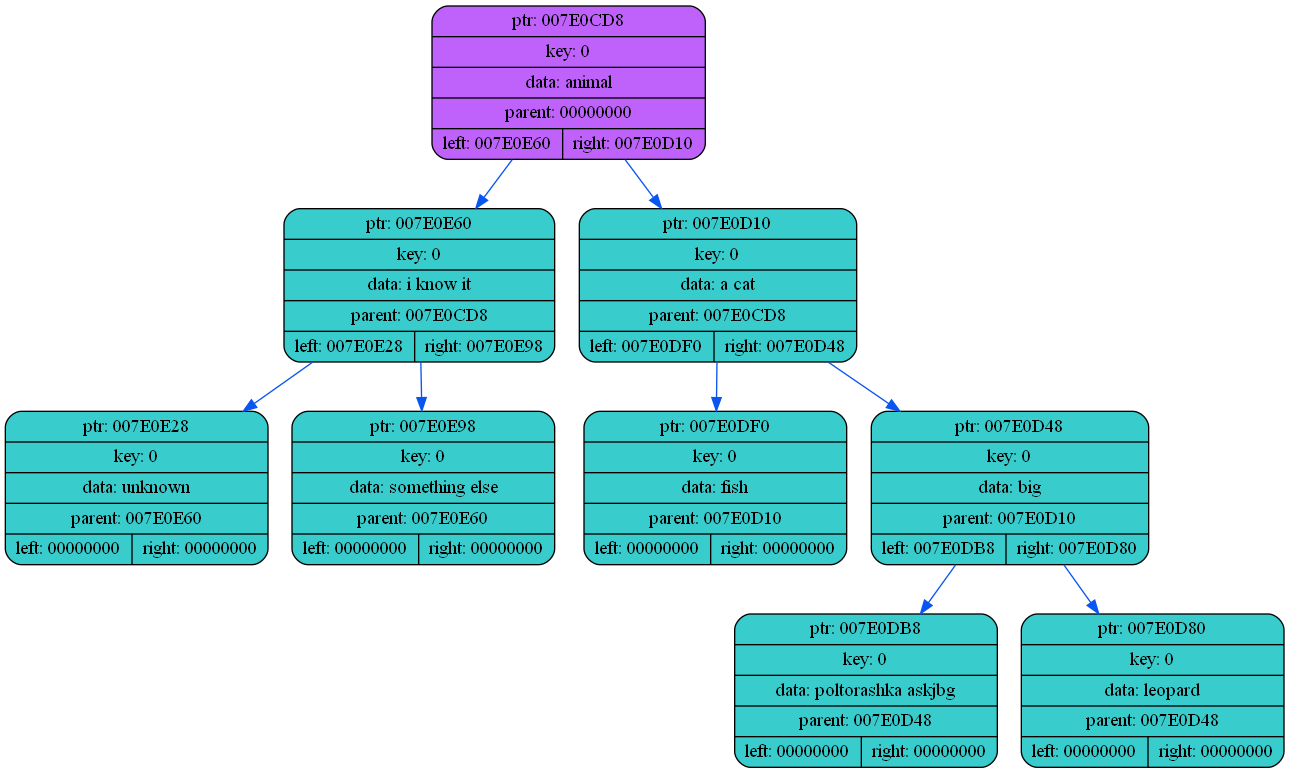
This is dump/dump1.png from coffee8cat/akinator, a Graphviz export, as it was before one commit. Its source is kept beside it as dump/dump1.dot.
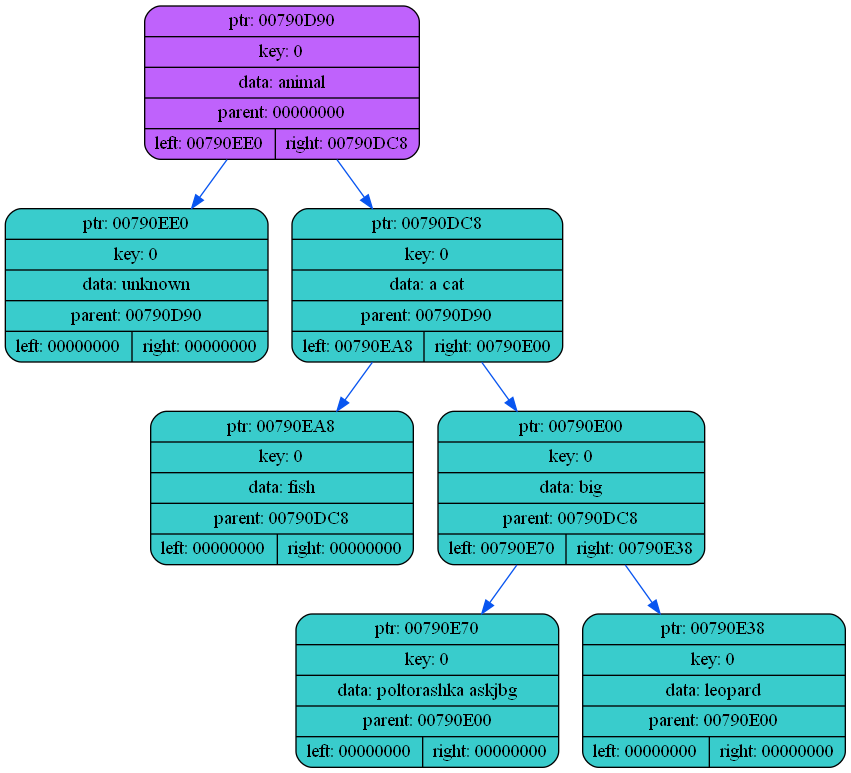
Later version of the same file.

Diff of the diagram source:
```diff
@@ -2,23 +2,17 @@
 {
     rankdir=TP
 
-        node007E0CD8[shape=record,style="rounded,filled",fillcolor="#BF62FC",label="{ ptr: 007E0CD8 | key: 0 | data: animal| parent: 00000000| { left: 007E0E60 | right: 007E0D10 }}"];
-    node007E0CD8 -> node007E0E60[color="#0855F0"]
-    node007E0E60[shape=record,style="rounded,filled",fillcolor="#39CCCC",label="{ ptr: 007E0E60 | key: 0 | data: i know it
-| parent: 007E0CD8 | { left: 007E0E28 | right: 007E0E98 }}"];
-    node007E0E60 -> node007E0E28[color="#0855F0"]
-    node007E0E28[shape=record,style="rounded,filled",fillcolor="#39CCCC",label="{ ptr: 007E0E28 | key: 0 | data: unknown| parent: 007E0E60 | { left: 00000000 | right: 00000000 }}"];
-    node007E0E60 -> node007E0E98[color="#0855F0"]
-    node007E0E98[shape=record,style="rounded,filled",fillcolor="#39CCCC",label="{ ptr: 007E0E98 | key: 0 | data: something else
-| parent: 007E0E60 | { left: 00000000 | right: 00000000 }}"];
-    node007E0CD8 -> node007E0D10[color="#0855F0"]
-    node007E0D10[shape=record,style="rounded,filled",fillcolor="#39CCCC",label="{ ptr: 007E0D10 | key: 0 | data: a cat| parent: 007E0CD8 | { left: 007E0DF0 | right: 007E0D48 }}"];
-    node007E0D10 -> node007E0DF0[color="#0855F0"]
-    node007E0DF0[shape=record,style="rounded,filled",fillcolor="#39CCCC",label="{ ptr: 007E0DF0 | key: 0 | data: fish| parent: 007E0D10 | { left: 00000000 | right: 00000000 }}"];
-    node007E0D10 -> node007E0D48[color="#0855F0"]
-    node007E0D48[shape=record,style="rounded,filled",fillcolor="#39CCCC",label="{ ptr: 007E0D48 | key: 0 | data: big| parent: 007E0D10 | { left: 007E0DB8 | right: 007E0D80 }}"];
-    node007E0D48 -> node007E0DB8[color="#0855F0"]
-    node007E0DB8[shape=record,style="rounded,filled",fillcolor="#39CCCC",label="{ ptr: 007E0DB8 | key: 0 | data: poltorashka askjbg| parent: 007E0D48 | { left: 00000000 | right: 00000000 }}"];
-    node007E0D48 -> node007E0D80[color="#0855F0"]
-    node007E0D80[shape=record,style="rounded,filled",fillcolor="#39CCCC",label="{ ptr: 007E0D80 | key: 0 | data: leopard| parent: 007E0D48 | { left: 00000000 | right: 00000000 }}"];
+        node00790D90[shape=record,style="rounded,filled",fillcolor="#BF62FC",label="{ ptr: 00790D90 | key: 0 | data: animal| parent: 00000000| { left: 00790EE0 | right: 00790DC8 }}"];
+    node00790D90 -> node00790EE0[color="#0855F0"]
+    node00790EE0[shape=record,style="rounded,filled",fillcolor="#39CCCC",label="{ ptr: 00790EE0 | key: 0 | data: unknown| parent: 00790D90 | { left: 00000000 | right: 00000000 }}"];
+    node00790D90 -> node00790DC8[color="#0855F0"]
+    node00790DC8[shape=record,style="rounded,filled",fillcolor="#39CCCC",label="{ ptr: 00790DC8 | key: 0 | data: a cat| parent: 00790D90 | { left: 00790EA8 | right: 00790E00 }}"];
+    node00790DC8 -> node00790EA8[color="#0855F0"]
+    node00790EA8[shape=record,style="rounded,filled",fillcolor="#39CCCC",label="{ ptr: 00790EA8 | key: 0 | data: fish| parent: 00790DC8 | { left: 00000000 | right: 00000000 }}"];
+    node00790DC8 -> node00790E00[color="#0855F0"]
+    node00790E00[shape=record,style="rounded,filled",fillcolor="#39CCCC",label="{ ptr: 00790E00 | key: 0 | data: big| parent: 00790DC8 | { left: 00790E70 | right: 00790E38 }}"];
+    node00790E00 -> node00790E70[color="#0855F0"]
+    node00790E70[shape=record,style="rounded,filled",fillcolor="#39CCCC",label="{ ptr: 00790E70 | key: 0 | data: poltorashka askjbg| parent: 00790E00 | { left: 00000000 | right: 00000000 }}"];
+    node00790E00 -> node00790E38[color="#0855F0"]
+    node00790E38[shape=record,style="rounded,filled",fillcolor="#39CCCC",label="{ ptr: 00790E38 | key: 0 | data: leopard| parent: 00790E00 | { left: 00000000 | right: 00000000 }}"];
 }
```
